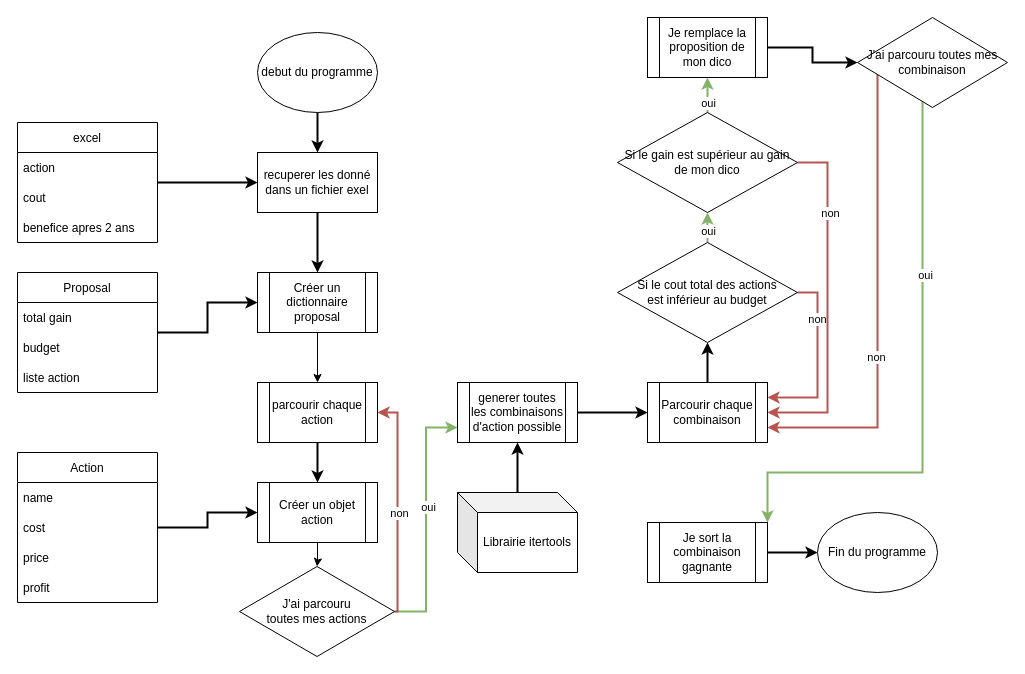
Earlier version of the draw.io diagram annexe/diagramme_de_flux.drawio (herbetelem/Open_project_7). Source tidied: cells renumbered, new cells numbered last; positions are measured from the earlier drawing's top-left corner, leaving out a move shared by most shapes. Both pictures are drawn from the tidied source at 100%, with x=0, y=0 at pixel (17, 17).
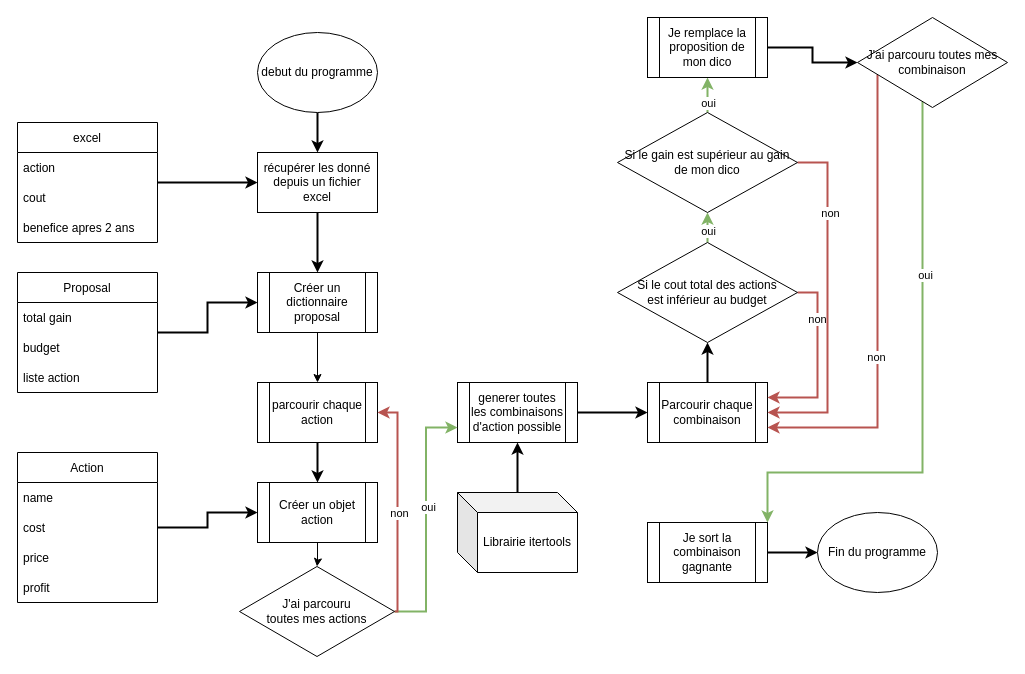
The same diagram, later.

Commit message (it also covers changes not shown here):
[IMP] check if price is > 0

What changed in the source:
```diff
@@
-    <mxCell id="5" value="recuperer les donné dans un fichier exel" style="rounded=0;whiteSpace=wrap;html=1;" parent="1" vertex="1">
+    <mxCell id="5" value="récupérer les donné depuis un fichier excel" style="rounded=0;whiteSpace=wrap;html=1;" parent="1" vertex="1">
       <mxGeometry x="240" y="135" width="120" height="60" as="geometry" />
     </mxCell>
```
